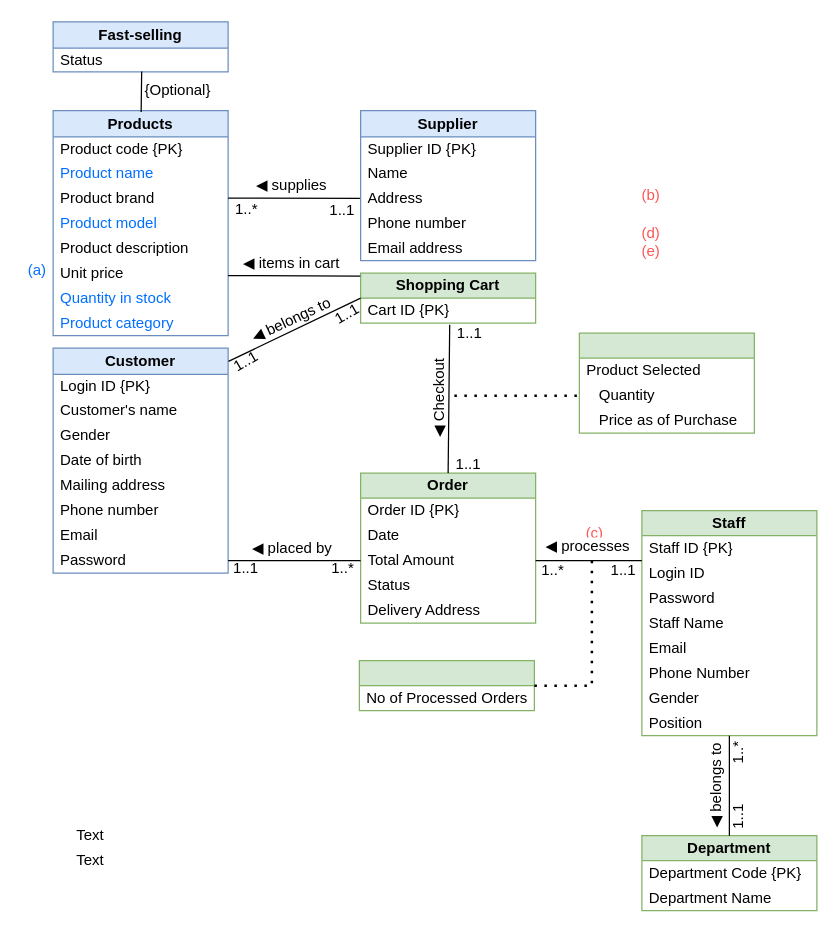
Above: Assignment_1.drawio in shadowngks/DBMS (draw.io), before the change. Source tidied: cells renumbered, new cells numbered last; positions are measured from the earlier drawing's top-left corner, leaving out a move shared by most shapes. Both pictures are drawn from the tidied source at 125%, with x=0, y=0 at pixel (21, 21).
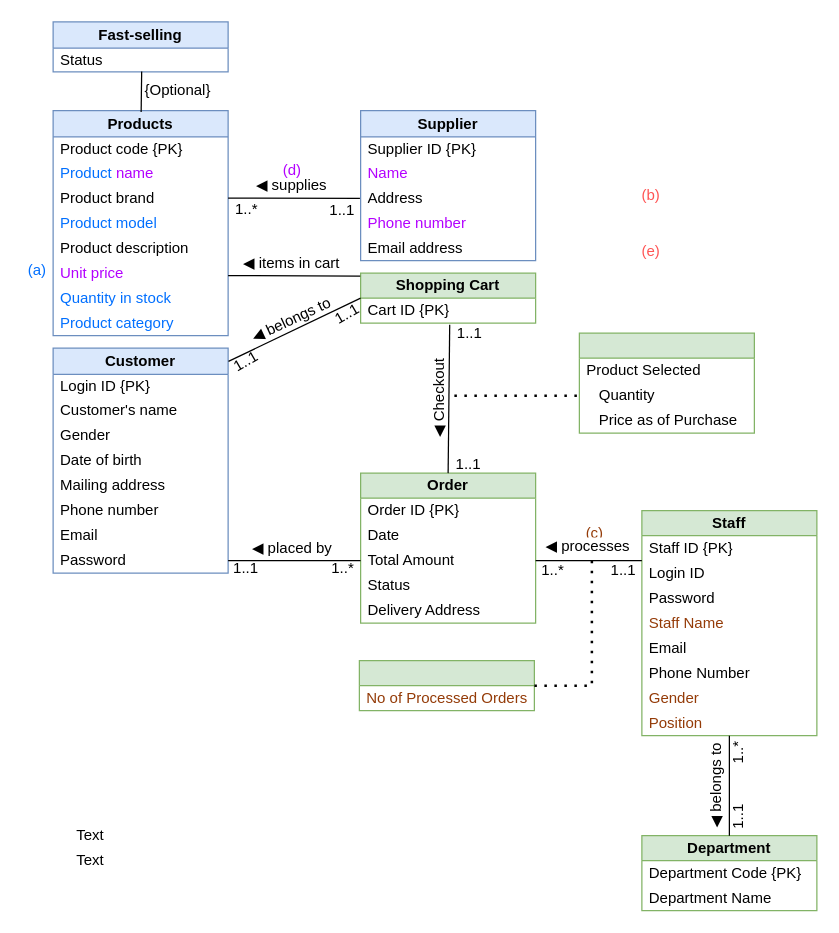
The same page after the edit.

Unchanged cells that the change refers to:
```xml
<mxCell id="2" value="Products" style="swimlane;fontStyle=1;horizontal=1;startSize=21;whiteSpace=wrap;html=1;fillColor=#dae8fc;strokeColor=#6c8ebf;" parent="1" vertex="1">
  <mxGeometry x="25" y="71" width="140" height="180" as="geometry" />
</mxCell>
<mxCell id="11" value="Supplier" style="swimlane;fontStyle=1;horizontal=1;startSize=21;whiteSpace=wrap;html=1;fillColor=#dae8fc;strokeColor=#6c8ebf;" parent="1" vertex="1">
  <mxGeometry x="271" y="71" width="140" height="120" as="geometry" />
</mxCell>
<mxCell id="59" value="Staff" style="swimlane;fontStyle=1;horizontal=1;startSize=20;whiteSpace=wrap;html=1;fillColor=#d5e8d4;strokeColor=#82b366;" parent="1" vertex="1">
  <mxGeometry x="496" y="391" width="140" height="180" as="geometry" />
</mxCell>
<mxCell id="88" style="swimlane;fontStyle=0;horizontal=1;startSize=20;whiteSpace=wrap;html=1;fillColor=#d5e8d4;strokeColor=#82b366;" parent="1" vertex="1">
  <mxGeometry x="270" y="511" width="140" height="40" as="geometry" />
</mxCell>
```

What changed in the source:
```diff
@@
-    <mxCell id="4" value="Product name" style="text;strokeColor=none;fillColor=none;align=left;verticalAlign=middle;spacingLeft=4;spacingRight=4;overflow=hidden;whiteSpace=wrap;html=1;fontColor=#006FFF;" parent="2" vertex="1">
+    <mxCell id="4" value="Product &lt;font color=&quot;#b300ff&quot;&gt;name&lt;/font&gt;" style="text;strokeColor=none;fillColor=none;align=left;verticalAlign=middle;spacingLeft=4;spacingRight=4;overflow=hidden;whiteSpace=wrap;html=1;fontColor=#006FFF;" parent="2" vertex="1">
       <mxGeometry y="40" width="140" height="20" as="geometry" />
     </mxCell>
@@
-    <mxCell id="8" value="Unit price" style="text;html=1;align=left;verticalAlign=middle;whiteSpace=wrap;rounded=0;spacingLeft=4;" parent="2" vertex="1">
+    <mxCell id="8" value="Unit price" style="text;html=1;align=left;verticalAlign=middle;whiteSpace=wrap;rounded=0;spacingLeft=4;fontColor=#B300FF;" parent="2" vertex="1">
       <mxGeometry y="120" width="140" height="20" as="geometry" />
     </mxCell>
@@
-    <mxCell id="13" value="Name" style="text;strokeColor=none;fillColor=none;align=left;verticalAlign=middle;spacingLeft=4;spacingRight=4;overflow=hidden;whiteSpace=wrap;html=1;" parent="11" vertex="1">
+    <mxCell id="13" value="Name" style="text;strokeColor=none;fillColor=none;align=left;verticalAlign=middle;spacingLeft=4;spacingRight=4;overflow=hidden;whiteSpace=wrap;html=1;fontColor=#B300FF;" parent="11" vertex="1">
       <mxGeometry y="40" width="140" height="20" as="geometry" />
     </mxCell>
@@
-    <mxCell id="15" value="Phone number" style="text;html=1;align=left;verticalAlign=middle;whiteSpace=wrap;rounded=0;spacingLeft=4;" parent="11" vertex="1">
+    <mxCell id="15" value="Phone number" style="text;html=1;align=left;verticalAlign=middle;whiteSpace=wrap;rounded=0;spacingLeft=4;fontColor=#B300FF;" parent="11" vertex="1">
       <mxGeometry y="80" width="140" height="20" as="geometry" />
     </mxCell>
@@
-    <mxCell id="63" value="Staff Name" style="text;html=1;align=left;verticalAlign=middle;whiteSpace=wrap;rounded=0;spacingLeft=4;" parent="59" vertex="1">
+    <mxCell id="63" value="Staff Name" style="text;html=1;align=left;verticalAlign=middle;whiteSpace=wrap;rounded=0;spacingLeft=4;fontColor=#943B08;" parent="59" vertex="1">
       <mxGeometry y="80" width="140" height="20" as="geometry" />
     </mxCell>
@@
-    <mxCell id="66" value="Gender" style="text;html=1;align=left;verticalAlign=middle;whiteSpace=wrap;rounded=0;spacingLeft=4;" parent="59" vertex="1">
+    <mxCell id="66" value="Gender" style="text;html=1;align=left;verticalAlign=middle;whiteSpace=wrap;rounded=0;spacingLeft=4;fontColor=#943B08;" parent="59" vertex="1">
       <mxGeometry y="140" width="140" height="20" as="geometry" />
     </mxCell>
-    <mxCell id="67" value="Position" style="text;html=1;align=left;verticalAlign=middle;whiteSpace=wrap;rounded=0;spacingLeft=4;" parent="59" vertex="1">
+    <mxCell id="67" value="Position" style="text;html=1;align=left;verticalAlign=middle;whiteSpace=wrap;rounded=0;spacingLeft=4;fontColor=#943B08;" parent="59" vertex="1">
       <mxGeometry y="160" width="140" height="20" as="geometry" />
     </mxCell>
@@
-    <mxCell id="81" value="&lt;span style=&quot;font-family: sans-serif; font-size: 12.0191px; text-align: start; white-space: pre; background-color: rgb(255, 255, 255);&quot;&gt;(c)&lt;/span&gt;" style="text;html=1;align=center;verticalAlign=middle;whiteSpace=wrap;rounded=0;fontColor=#FF5454;" parent="1" vertex="1">
+    <mxCell id="81" value="&lt;span style=&quot;font-family: sans-serif; font-size: 12.0191px; text-align: start; white-space: pre; background-color: rgb(255, 255, 255);&quot;&gt;(c)&lt;/span&gt;" style="text;html=1;align=center;verticalAlign=middle;whiteSpace=wrap;rounded=0;fontColor=#943B08;" parent="1" vertex="1">
       <mxGeometry x="446" y="401" width="25" height="15" as="geometry" />
     </mxCell>
-    <mxCell id="82" value="&lt;span style=&quot;font-family: sans-serif; font-size: 12.0191px; text-align: start; white-space: pre; background-color: rgb(255, 255, 255);&quot;&gt;(d)&lt;/span&gt;" style="text;html=1;align=center;verticalAlign=middle;whiteSpace=wrap;rounded=0;fontColor=#FF5454;" parent="1" vertex="1">
-      <mxGeometry x="491" y="161" width="25" height="15" as="geometry" />
+    <mxCell id="82" value="&lt;span style=&quot;font-family: sans-serif; font-size: 12.0191px; text-align: start; white-space: pre; background-color: rgb(255, 255, 255);&quot;&gt;(d)&lt;/span&gt;" style="text;html=1;align=center;verticalAlign=middle;whiteSpace=wrap;rounded=0;fontColor=#B300FF;" parent="1" vertex="1">
+      <mxGeometry x="203.5" y="111" width="25" height="15" as="geometry" />
     </mxCell>
@@
-    <mxCell id="89" value="No of Processed Orders" style="text;html=1;align=left;verticalAlign=middle;whiteSpace=wrap;rounded=0;spacingLeft=4;" parent="88" vertex="1">
+    <mxCell id="89" value="No of Processed Orders" style="text;html=1;align=left;verticalAlign=middle;whiteSpace=wrap;rounded=0;spacingLeft=4;fontColor=#943B08;" parent="88" vertex="1">
       <mxGeometry y="20" width="140" height="20" as="geometry" />
     </mxCell>
```
